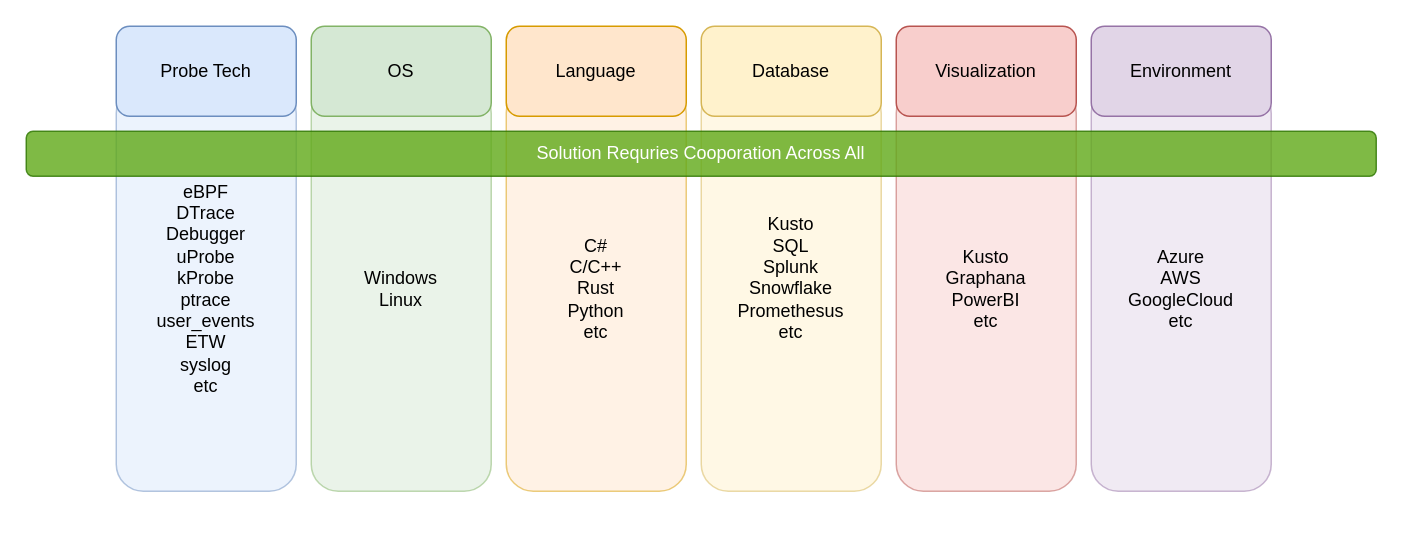
The draw.io diagram docs/Architecture/Diagrams/ChallengeMatrix.drawio in microsoft/DynamicTelemetry, before the edit. Source tidied: cells renumbered, new cells numbered last; positions are measured from the earlier drawing's top-left corner, leaving out a move shared by most shapes. Both pictures are drawn from the tidied source at 150%, with x=0, y=0 at pixel (26, 26).
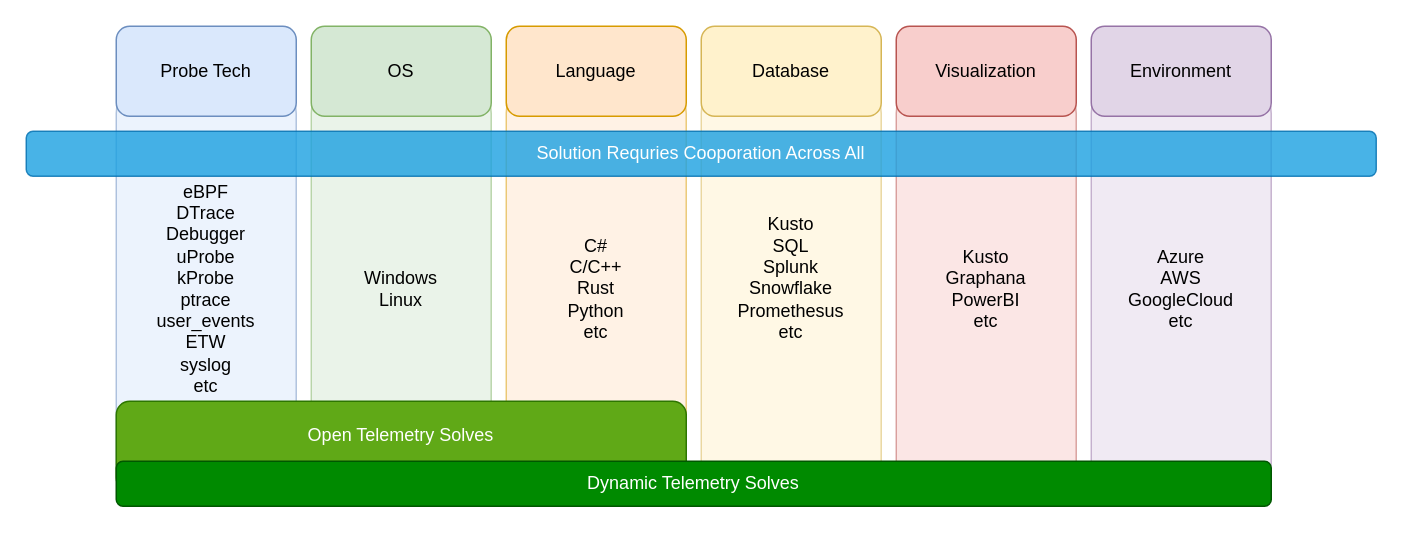
The same diagram, later.

What changed in the source:
```diff
@@
 <mxGraphModel>
   <root>
     <mxCell id="0" />
     <mxCell id="1" parent="0" />
     <mxCell id="2" value="&lt;div&gt;&lt;span style=&quot;background-color: transparent; color: light-dark(rgb(0, 0, 0), rgb(255, 255, 255));&quot;&gt;eBPF&lt;/span&gt;&lt;br&gt;&lt;/div&gt;&lt;div&gt;DTrace&lt;/div&gt;&lt;div&gt;Debugger&lt;/div&gt;&lt;div&gt;uProbe&lt;/div&gt;&lt;div&gt;kProbe&lt;/div&gt;&lt;div&gt;ptrace&lt;/div&gt;&lt;div&gt;user_events&lt;/div&gt;&lt;div&gt;ETW&lt;/div&gt;&lt;div&gt;syslog&lt;/div&gt;&lt;div&gt;etc&lt;/div&gt;" style="rounded=1;whiteSpace=wrap;html=1;fillColor=#dae8fc;strokeColor=#6c8ebf;opacity=50;" parent="1" vertex="1">
       <mxGeometry x="60" y="40" width="120" height="270" as="geometry" />
     </mxCell>
     <mxCell id="3" value="Windows&lt;div&gt;Linux&lt;/div&gt;" style="rounded=1;whiteSpace=wrap;html=1;fillColor=#d5e8d4;strokeColor=#82b366;opacity=50;" parent="1" vertex="1">
       <mxGeometry x="190" y="40" width="120" height="270" as="geometry" />
     </mxCell>
     <mxCell id="4" value="C#&lt;div&gt;C/C++&lt;/div&gt;&lt;div&gt;Rust&lt;/div&gt;&lt;div&gt;Python&lt;/div&gt;&lt;div&gt;etc&lt;/div&gt;" style="rounded=1;whiteSpace=wrap;html=1;fillColor=#ffe6cc;strokeColor=#d79b00;opacity=50;" parent="1" vertex="1">
       <mxGeometry x="320" y="40" width="120" height="270" as="geometry" />
     </mxCell>
     <mxCell id="5" value="Kusto&lt;div&gt;SQL&lt;/div&gt;&lt;div&gt;Splunk&lt;/div&gt;&lt;div&gt;Snowflake&lt;/div&gt;&lt;div&gt;Promethesus&lt;/div&gt;&lt;div&gt;etc&lt;/div&gt;&lt;div&gt;&lt;br&gt;&lt;/div&gt;" style="rounded=1;whiteSpace=wrap;html=1;fillColor=#fff2cc;strokeColor=#d6b656;opacity=50;" parent="1" vertex="1">
       <mxGeometry x="450" y="40" width="120" height="270" as="geometry" />
     </mxCell>
     <mxCell id="6" value="Kusto&lt;div&gt;Graphana&lt;/div&gt;&lt;div&gt;PowerBI&lt;/div&gt;&lt;div&gt;etc&lt;/div&gt;" style="rounded=1;whiteSpace=wrap;html=1;fillColor=#f8cecc;strokeColor=#b85450;opacity=50;" parent="1" vertex="1">
       <mxGeometry x="580" y="40" width="120" height="270" as="geometry" />
     </mxCell>
     <mxCell id="7" value="Azure&lt;div&gt;AWS&lt;/div&gt;&lt;div&gt;GoogleCloud&lt;/div&gt;&lt;div&gt;etc&lt;/div&gt;" style="rounded=1;whiteSpace=wrap;html=1;fillColor=#e1d5e7;strokeColor=#9673a6;opacity=50;" parent="1" vertex="1">
       <mxGeometry x="710" y="40" width="120" height="270" as="geometry" />
     </mxCell>
-    <mxCell id="8" value="Solution Requries Cooporation Across All" style="rounded=1;whiteSpace=wrap;html=1;fillColor=#60a917;fontColor=#ffffff;strokeColor=#2D7600;opacity=80;" parent="1" vertex="1">
+    <mxCell id="8" value="Solution Requries Cooporation Across All" style="rounded=1;whiteSpace=wrap;html=1;fillColor=#1ba1e2;fontColor=#ffffff;strokeColor=#006EAF;opacity=80;" parent="1" vertex="1">
       <mxGeometry y="70" width="900" height="30" as="geometry" />
     </mxCell>
     <mxCell id="9" value="Probe Tech" style="rounded=1;whiteSpace=wrap;html=1;fillColor=#dae8fc;strokeColor=#6c8ebf;" parent="1" vertex="1">
       <mxGeometry x="60" width="120" height="60" as="geometry" />
     </mxCell>
     <mxCell id="10" value="OS" style="rounded=1;whiteSpace=wrap;html=1;fillColor=#d5e8d4;strokeColor=#82b366;" parent="1" vertex="1">
       <mxGeometry x="190" width="120" height="60" as="geometry" />
     </mxCell>
     <mxCell id="11" value="Language" style="rounded=1;whiteSpace=wrap;html=1;fillColor=#ffe6cc;strokeColor=#d79b00;" parent="1" vertex="1">
       <mxGeometry x="320" width="120" height="60" as="geometry" />
     </mxCell>
     <mxCell id="12" value="Database" style="rounded=1;whiteSpace=wrap;html=1;fillColor=#fff2cc;strokeColor=#d6b656;" parent="1" vertex="1">
       <mxGeometry x="450" width="120" height="60" as="geometry" />
     </mxCell>
     <mxCell id="13" value="Visualization" style="rounded=1;whiteSpace=wrap;html=1;fillColor=#f8cecc;strokeColor=#b85450;" parent="1" vertex="1">
       <mxGeometry x="580" width="120" height="60" as="geometry" />
     </mxCell>
     <mxCell id="14" value="Environment" style="rounded=1;whiteSpace=wrap;html=1;fillColor=#e1d5e7;strokeColor=#9673a6;" parent="1" vertex="1">
       <mxGeometry x="710" width="120" height="60" as="geometry" />
     </mxCell>
+    <mxCell id="15" value="Open Telemetry Solves&lt;div&gt;&lt;br&gt;&lt;/div&gt;" style="rounded=1;whiteSpace=wrap;html=1;fillColor=#60a917;strokeColor=#2D7600;fontColor=#ffffff;" parent="1" vertex="1">
+      <mxGeometry x="60" y="250" width="380" height="60" as="geometry" />
+    </mxCell>
+    <mxCell id="16" value="Dynamic Telemetry Solves" style="rounded=1;whiteSpace=wrap;html=1;fillColor=#008a00;fontColor=#ffffff;strokeColor=#005700;" parent="1" vertex="1">
+      <mxGeometry x="60" y="290" width="770" height="30" as="geometry" />
+    </mxCell>
   </root>
 </mxGraphModel>
```
